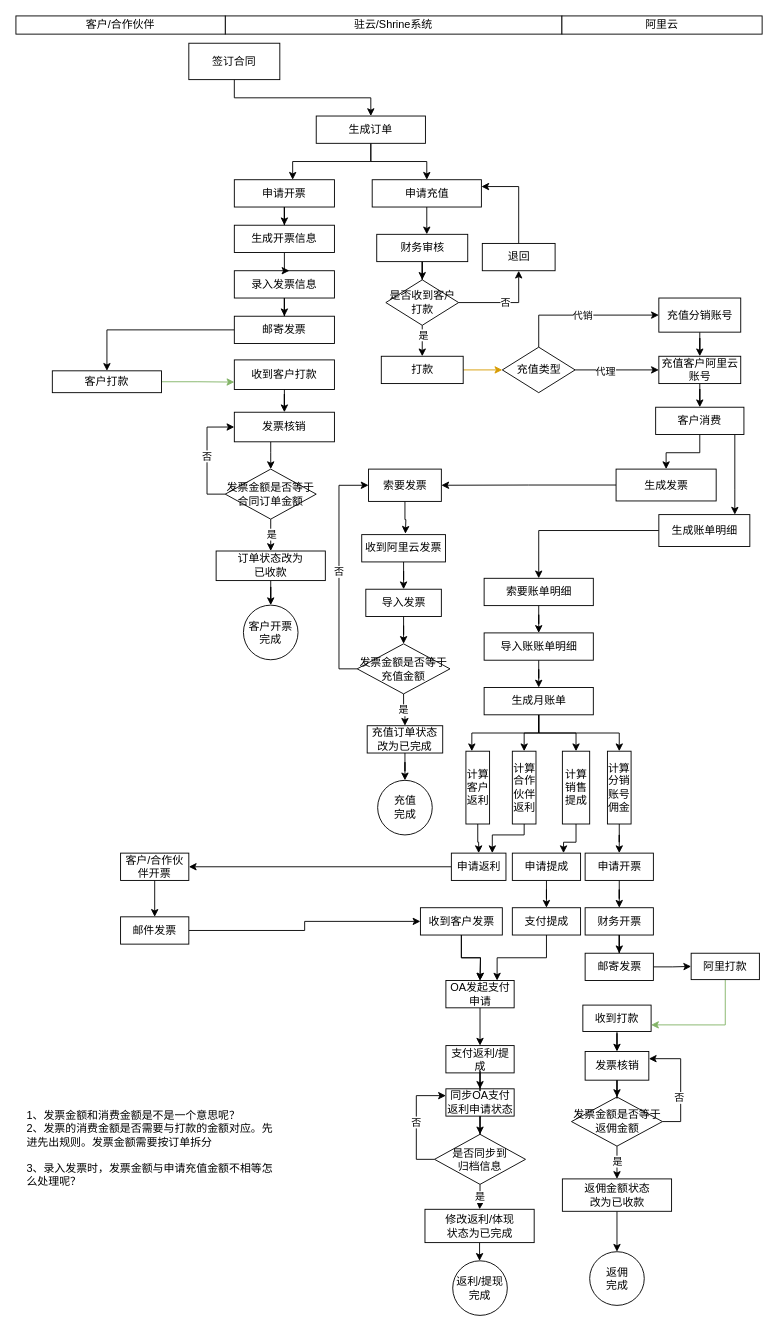
easefulfil/CLOUDCARE keeps this draw.io diagram as shrine-doc/云资源业务流程.drawio. Above is the earlier version. Source tidied: cells renumbered, new cells numbered last; positions are measured from the earlier drawing's top-left corner, leaving out a move shared by most shapes. Both pictures are drawn from the tidied source at 91%, with x=0, y=0 at pixel (15, 15).
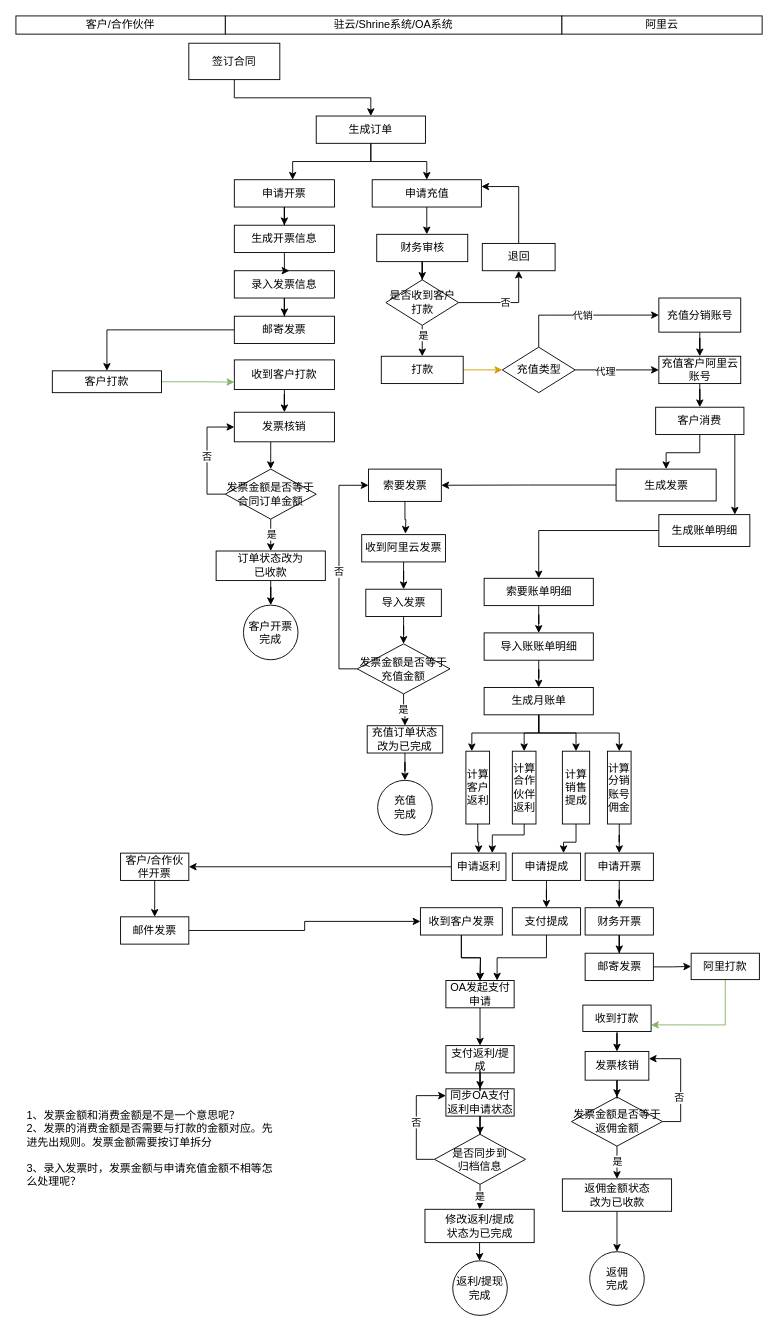
After the change.

Commit message:
Update 云资源业务流程.drawio

What changed in the source:
```diff
@@
-    <mxCell id="34" value="驻云/Shrine系统" style="rounded=0;whiteSpace=wrap;html=1;" parent="1" vertex="1">
+    <mxCell id="34" value="驻云/Shrine系统/OA系统" style="rounded=0;whiteSpace=wrap;html=1;" parent="1" vertex="1">
       <mxGeometry x="230" width="370" height="20" as="geometry" />
     </mxCell>
@@
-    <mxCell id="131" value="修改返利/体现&lt;br&gt;状态为已完成" style="rounded=0;whiteSpace=wrap;html=1;" parent="1" vertex="1">
+    <mxCell id="131" value="修改返利/提成&lt;br&gt;状态为已完成" style="rounded=0;whiteSpace=wrap;html=1;" parent="1" vertex="1">
       <mxGeometry x="449.5" y="1311.4" width="120" height="36.6" as="geometry" />
     </mxCell>
```
